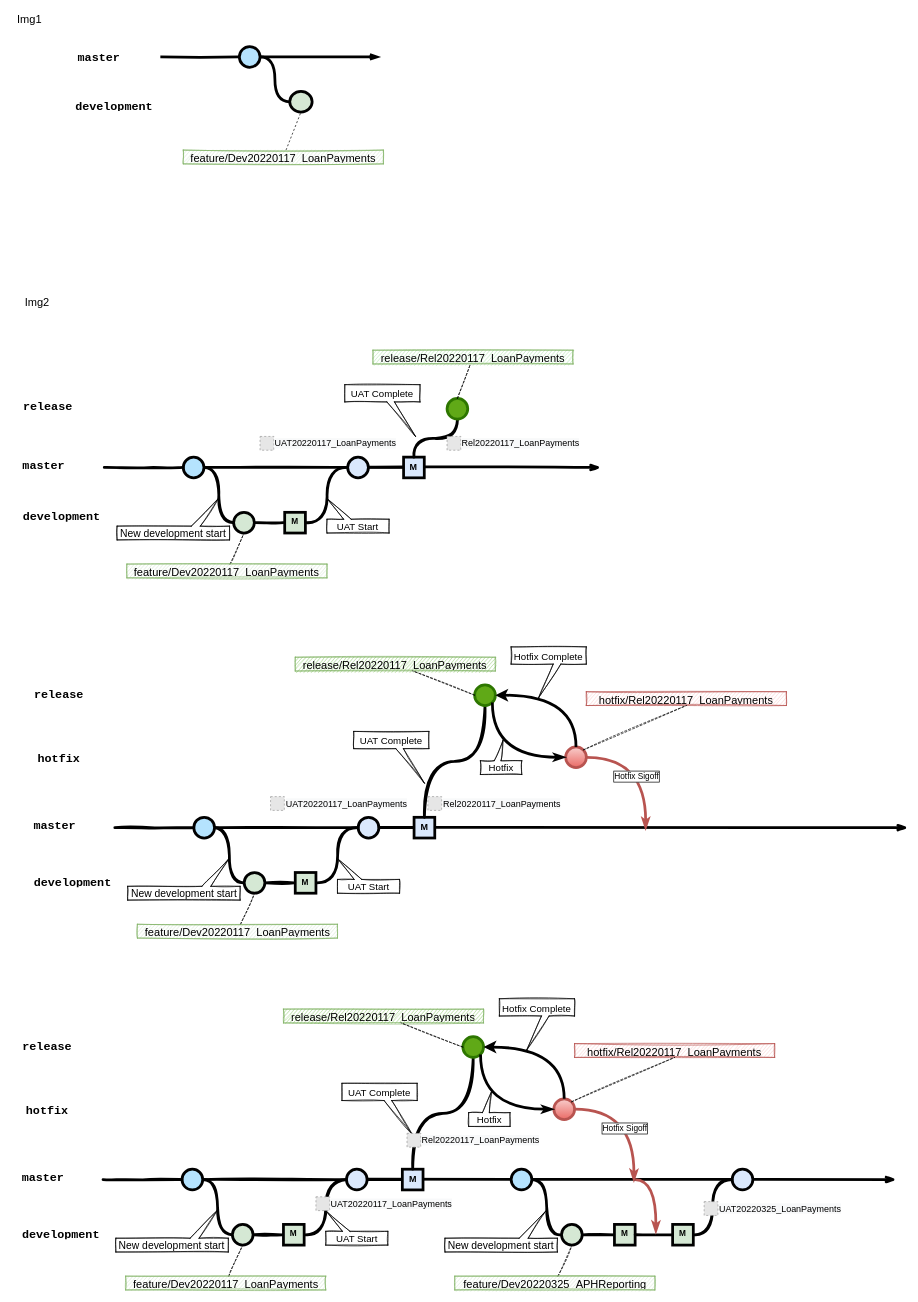
berdem/Tahta keeps this draw.io diagram as page "Page-1" (1 of 2) of Branching_Diagram1.drawio. Above is the earlier version. Source tidied: cells renumbered, new cells numbered last; positions are measured from the earlier drawing's top-left corner, leaving out a move shared by most shapes. Both pictures are drawn from the tidied source at 69%, with x=0, y=0 at pixel (12, 12). Pictures stored in the file or linked from it are replaced by grey dashed boxes.
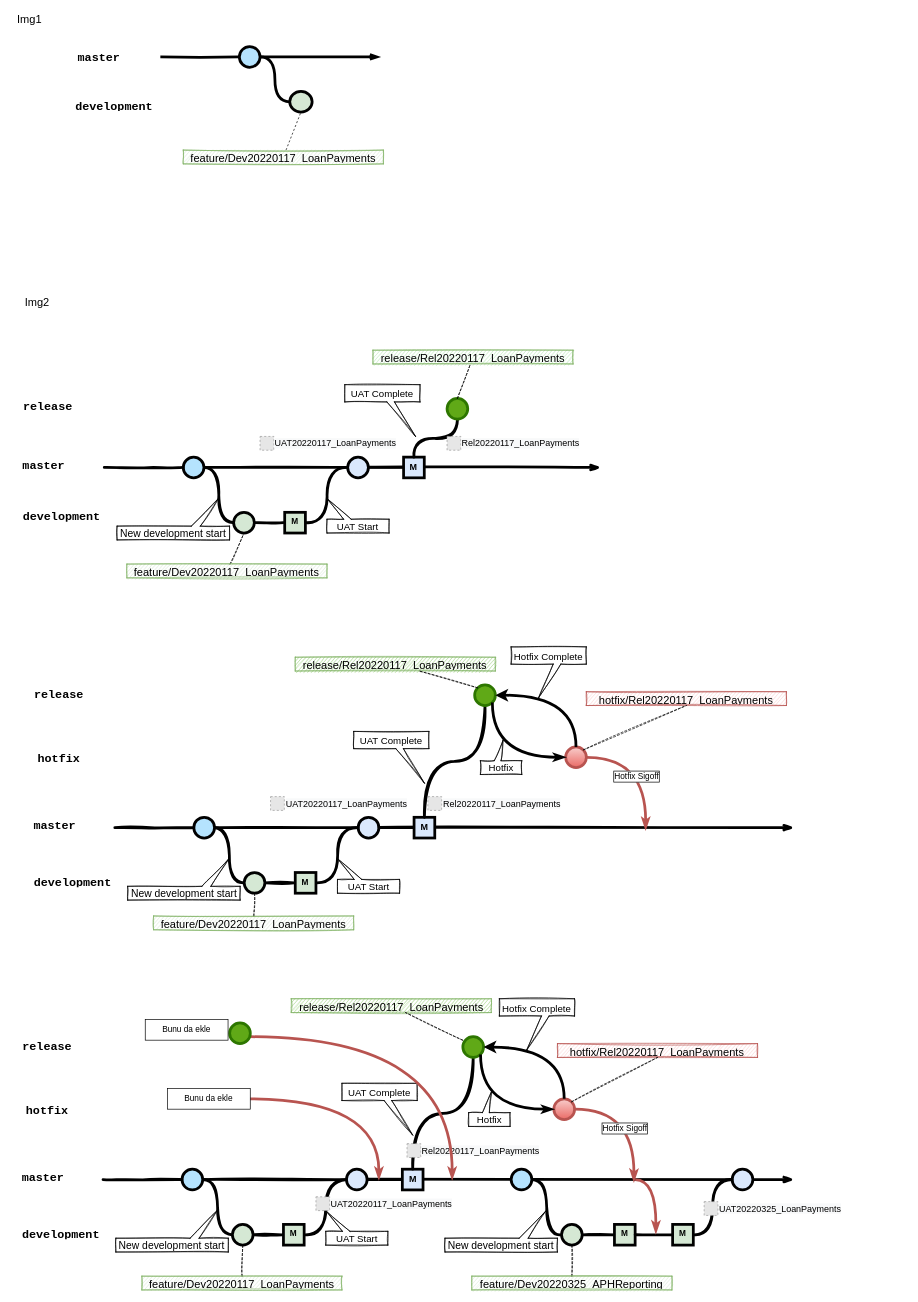
The same page after the edit.

The change refers to these unchanged cells:
```xml
<mxCell id="50" style="verticalLabelPosition=bottom;verticalAlign=top;html=1;strokeWidth=4;shape=mxgraph.flowchart.on-page_reference;strokeColor=#2D7600;fillColor=#60a917;fontColor=#ffffff;" parent="1" vertex="1">
  <mxGeometry x="670.4" y="975" width="30" height="30" as="geometry" />
</mxCell>
<mxCell id="61" value="&lt;span style=&quot;font-size: 16px&quot;&gt;release/Rel20220117_LoanPayments&lt;/span&gt;" style="text;html=1;strokeColor=#82b366;fillColor=#97D077;align=center;verticalAlign=middle;whiteSpace=wrap;overflow=hidden;rounded=0;shadow=0;sketch=1;fontSize=15;" parent="1" vertex="1">
  <mxGeometry x="410.4" y="935" width="290" height="20" as="geometry" />
</mxCell>
<mxCell id="81" style="verticalLabelPosition=bottom;verticalAlign=top;html=1;strokeWidth=4;shape=mxgraph.flowchart.on-page_reference;plain-purple;gradientColor=none;strokeColor=#000000;fillColor=#D5E8D4;" parent="1" vertex="1">
  <mxGeometry x="319.3" y="1757" width="30" height="30" as="geometry" />
</mxCell>
<mxCell id="86" style="verticalLabelPosition=bottom;verticalAlign=top;html=1;strokeWidth=4;shape=mxgraph.flowchart.on-page_reference;strokeColor=#2D7600;fillColor=#60a917;fontColor=#ffffff;" parent="1" vertex="1">
  <mxGeometry x="653.3" y="1485" width="30" height="30" as="geometry" />
</mxCell>
<mxCell id="99" style="verticalLabelPosition=bottom;verticalAlign=top;html=1;strokeWidth=4;shape=mxgraph.flowchart.on-page_reference;plain-blue;gradientColor=#EA6B66;strokeColor=#B85450;fillColor=#F8CECC;" parent="1" vertex="1">
  <mxGeometry x="785.2" y="1575" width="30" height="30" as="geometry" />
</mxCell>
```

What changed in the source:
```diff
@@
     <mxCell id="42" style="edgeStyle=orthogonalEdgeStyle;curved=1;rounded=0;orthogonalLoop=1;jettySize=auto;html=1;endArrow=openThin;endFill=0;strokeWidth=4;fontFamily=Courier New;fontSize=16;startArrow=none;startFill=0;sketch=1;" parent="1" edge="1">
       <mxGeometry relative="1" as="geometry">
         <mxPoint x="531.6" y="1181.5" as="sourcePoint" />
-        <mxPoint x="1298.2" y="1182" as="targetPoint" />
+        <mxPoint x="1133" y="1182" as="targetPoint" />
         <Array as="points">
           <mxPoint x="668.9" y="1182" />
           <mxPoint x="668.9" y="1182" />
         </Array>
       </mxGeometry>
     </mxCell>
@@
     <mxCell id="58" value="&lt;span style=&quot;font-size: 16px&quot;&gt;feature/Dev20220117_LoanPayments&lt;/span&gt;" style="text;html=1;strokeColor=#82b366;fillColor=#d5e8d4;align=center;verticalAlign=middle;whiteSpace=wrap;overflow=hidden;rounded=0;shadow=0;sketch=1;fontSize=15;" parent="1" vertex="1">
-      <mxGeometry x="181.6" y="1322" width="290" height="20" as="geometry" />
+      <mxGeometry x="205.1" y="1310" width="290" height="20" as="geometry" />
     </mxCell>
@@
-    <mxCell id="62" style="rounded=0;sketch=1;jettySize=auto;html=1;fontSize=15;endArrow=none;endFill=0;dashed=1;exitX=0;exitY=0.5;exitDx=0;exitDy=0;exitPerimeter=0;" parent="1" edge="1" source="50" target="61">
+    <mxCell id="62" style="rounded=0;sketch=1;jettySize=auto;html=1;fontSize=15;endArrow=none;endFill=0;dashed=1;exitX=0.145;exitY=0.145;exitDx=0;exitDy=0;exitPerimeter=0;" parent="1" edge="1" source="50" target="61">
       <mxGeometry relative="1" as="geometry" />
     </mxCell>
@@
     <mxCell id="78" style="edgeStyle=orthogonalEdgeStyle;curved=1;rounded=0;orthogonalLoop=1;jettySize=auto;html=1;endArrow=openThin;endFill=0;strokeWidth=4;fontFamily=Courier New;fontSize=16;startArrow=none;startFill=0;sketch=1;" parent="1" edge="1">
       <mxGeometry relative="1" as="geometry">
         <mxPoint x="514.6" y="1691.5" as="sourcePoint" />
-        <mxPoint x="1281.2" y="1692" as="targetPoint" />
+        <mxPoint x="1133" y="1692" as="targetPoint" />
         <Array as="points">
           <mxPoint x="651.8" y="1692" />
           <mxPoint x="651.8" y="1692" />
         </Array>
       </mxGeometry>
     </mxCell>
@@
-    <mxCell id="93" style="rounded=0;sketch=1;jettySize=auto;html=1;entryX=0.5;entryY=1;entryDx=0;entryDy=0;entryPerimeter=0;fontSize=15;endArrow=none;endFill=0;dashed=1;" parent="1" edge="1" source="94" target="81">
+    <mxCell id="93" style="rounded=0;sketch=1;jettySize=auto;html=1;fontSize=15;endArrow=none;endFill=0;dashed=1;entryX=0.5;entryY=1;entryDx=0;entryDy=0;entryPerimeter=0;" parent="1" edge="1" source="94" target="81">
       <mxGeometry relative="1" as="geometry" />
     </mxCell>
     <mxCell id="94" value="&lt;span style=&quot;font-size: 16px&quot;&gt;feature/Dev20220117_LoanPayments&lt;/span&gt;" style="text;html=1;strokeColor=#82b366;fillColor=#d5e8d4;align=center;verticalAlign=middle;whiteSpace=wrap;overflow=hidden;rounded=0;shadow=0;sketch=1;fontSize=15;" parent="1" vertex="1">
-      <mxGeometry x="164.6" y="1832" width="290" height="20" as="geometry" />
+      <mxGeometry x="188.1" y="1832" width="290" height="20" as="geometry" />
     </mxCell>
@@
     <mxCell id="96" value="&lt;span style=&quot;text-align: center ; background-color: rgb(248 , 249 , 250)&quot;&gt;Rel20220117_LoanPayments&lt;/span&gt;" style="fillColor=#E6E6E6;strokeColor=#999999;dashed=1;html=1;verticalAlign=middle;verticalLabelPosition=middle;labelBackgroundColor=#ffffff;fontSize=13;rotation=0;labelPosition=right;align=left;" parent="1" vertex="1">
-      <mxGeometry x="572.4" y="1625" width="20" height="20" as="geometry" />
+      <mxGeometry x="572.4" y="1640" width="20" height="20" as="geometry" />
     </mxCell>
     <mxCell id="97" value="&lt;span style=&quot;font-size: 16px&quot;&gt;release/Rel20220117_LoanPayments&lt;/span&gt;" style="text;html=1;strokeColor=#82b366;fillColor=#97D077;align=center;verticalAlign=middle;whiteSpace=wrap;overflow=hidden;rounded=0;shadow=0;sketch=1;fontSize=15;" parent="1" vertex="1">
-      <mxGeometry x="393.3" y="1445" width="290" height="20" as="geometry" />
+      <mxGeometry x="404.6" y="1430" width="290" height="20" as="geometry" />
     </mxCell>
-    <mxCell id="98" style="rounded=0;sketch=1;jettySize=auto;html=1;fontSize=15;endArrow=none;endFill=0;dashed=1;exitX=0;exitY=0.5;exitDx=0;exitDy=0;exitPerimeter=0;" parent="1" edge="1" source="86" target="97">
-      <mxGeometry relative="1" as="geometry" />
+    <mxCell id="98" style="rounded=0;sketch=1;jettySize=auto;html=1;fontSize=15;endArrow=none;endFill=0;dashed=1;" parent="1" edge="1" target="97">
+      <mxGeometry relative="1" as="geometry">
+        <mxPoint x="653" y="1490" as="sourcePoint" />
+      </mxGeometry>
     </mxCell>
@@
     <mxCell id="104" value="&lt;span style=&quot;font-size: 16px&quot;&gt;hotfix/Rel20220117_LoanPayments&lt;/span&gt;" style="text;html=1;strokeColor=#b85450;fillColor=#f8cecc;align=center;verticalAlign=middle;whiteSpace=wrap;overflow=hidden;rounded=0;shadow=0;sketch=1;fontSize=15;" parent="1" vertex="1">
-      <mxGeometry x="815.2" y="1495" width="290" height="20" as="geometry" />
+      <mxGeometry x="790.4" y="1495" width="290" height="20" as="geometry" />
     </mxCell>
-    <mxCell id="105" style="rounded=0;sketch=1;jettySize=auto;html=1;fontSize=15;endArrow=none;endFill=0;dashed=1;exitX=0.855;exitY=0.145;exitDx=0;exitDy=0;exitPerimeter=0;entryX=0.5;entryY=1;entryDx=0;entryDy=0;" parent="1" edge="1" source="99" target="104">
+    <mxCell id="105" style="rounded=0;sketch=1;jettySize=auto;html=1;fontSize=15;endArrow=none;endFill=0;dashed=1;entryX=0.5;entryY=1;entryDx=0;entryDy=0;exitX=0.855;exitY=0.145;exitDx=0;exitDy=0;exitPerimeter=0;" parent="1" edge="1" source="99" target="104">
       <mxGeometry relative="1" as="geometry" />
     </mxCell>
@@
     <mxCell id="119" value="&lt;span style=&quot;font-size: 16px&quot;&gt;feature/Dev20220325_APHReporting&lt;/span&gt;" style="text;html=1;strokeColor=#82b366;fillColor=#d5e8d4;align=center;verticalAlign=middle;whiteSpace=wrap;overflow=hidden;rounded=0;shadow=0;sketch=1;fontSize=15;" parent="1" vertex="1">
-      <mxGeometry x="641.6" y="1832" width="290" height="20" as="geometry" />
+      <mxGeometry x="666.3" y="1832" width="290" height="20" as="geometry" />
     </mxCell>
@@
+    <mxCell id="125" style="edgeStyle=orthogonalEdgeStyle;curved=1;rounded=0;orthogonalLoop=1;jettySize=auto;html=1;endArrow=classicThin;endFill=1;strokeWidth=4;fontFamily=Courier New;fontColor=#009900;fillColor=#f8cecc;strokeColor=#b85450;" parent="1" edge="1">
+      <mxGeometry relative="1" as="geometry">
+        <mxPoint x="345.2" y="1485" as="sourcePoint" />
+        <mxPoint x="637.8" y="1692" as="targetPoint" />
+      </mxGeometry>
+    </mxCell>
+    <mxCell id="126" style="verticalLabelPosition=bottom;verticalAlign=top;html=1;strokeWidth=4;shape=mxgraph.flowchart.on-page_reference;strokeColor=#2D7600;fillColor=#60a917;fontColor=#ffffff;" parent="1" vertex="1">
+      <mxGeometry x="315.3" y="1465" width="30" height="30" as="geometry" />
+    </mxCell>
+    <mxCell id="127" value="Bunu da ekle" style="whiteSpace=wrap;html=1;" parent="1" vertex="1">
+      <mxGeometry x="193" y="1460" width="120" height="30" as="geometry" />
+    </mxCell>
+    <mxCell id="128" style="edgeStyle=orthogonalEdgeStyle;curved=1;rounded=0;orthogonalLoop=1;jettySize=auto;html=1;endArrow=classicThin;endFill=1;strokeWidth=4;fontFamily=Courier New;fontColor=#009900;fillColor=#f8cecc;strokeColor=#b85450;" parent="1" edge="1">
+      <mxGeometry relative="1" as="geometry">
+        <mxPoint x="343" y="1575" as="sourcePoint" />
+        <mxPoint x="531.6" y="1692" as="targetPoint" />
+      </mxGeometry>
+    </mxCell>
+    <mxCell id="129" value="Bunu da ekle" style="whiteSpace=wrap;html=1;" parent="1" vertex="1">
+      <mxGeometry x="225.2" y="1560" width="120" height="30" as="geometry" />
+    </mxCell>
```
